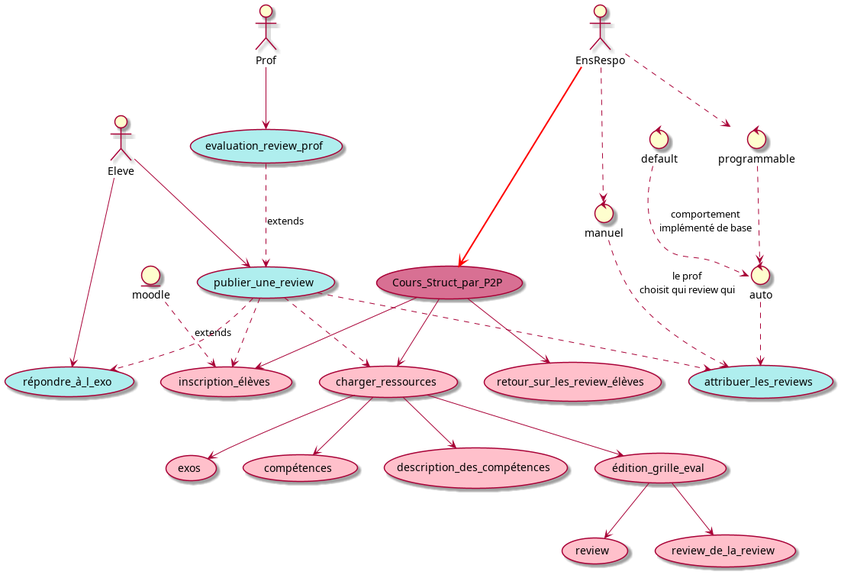
Above: uml/out/diagram_gen/diagram_gen.png in Jayque17/Peer-Evaluation (PlantUML), before the change. Its diagram source:
```plantuml
@startuml

actor EnsRespo
actor Eleve
actor Prof

usecase Cours_Struct_par_P2P #PaleVioletRed
usecase inscription_élèves #Pink
entity moodle
usecase charger_ressources #Pink
usecase retour_sur_les_review_élèves #Pink
usecase exos #Pink
usecase compétences #Pink
usecase description_des_compétences #Pink
usecase édition_grille_eval #Pink
usecase review #Pink
usecase review_de_la_review #Pink

usecase publier_une_review #PaleTurquoise
usecase répondre_à_l_exo #PaleTurquoise
usecase attribuer_les_reviews #PaleTurquoise

usecase evaluation_review_prof #PaleTurquoise

control manuel
control auto
control programmable
control default

EnsRespo --> Cours_Struct_par_P2P #line:red;line.bold;
Cours_Struct_par_P2P --> inscription_élèves
moodle --> inscription_élèves #line.dashed : extends
Cours_Struct_par_P2P --> charger_ressources
charger_ressources --> exos
charger_ressources --> compétences
charger_ressources --> édition_grille_eval
édition_grille_eval --> review
édition_grille_eval --> review_de_la_review
Cours_Struct_par_P2P --> retour_sur_les_review_élèves
charger_ressources --> description_des_compétences

Eleve --> publier_une_review
Eleve --> répondre_à_l_exo
publier_une_review --> attribuer_les_reviews #line.dashed
programmable --> auto #line.dashed
default --> auto #line.dashed : comportement\nimplémenté de base
auto --> attribuer_les_reviews #line.dashed
manuel --> attribuer_les_reviews #line.dashed : le prof\nchoisit qui review qui

Prof --> evaluation_review_prof
evaluation_review_prof --> publier_une_review #line.dashed : extends

publier_une_review --> répondre_à_l_exo #line.dashed
publier_une_review --> inscription_élèves #line.dashed
publier_une_review --> charger_ressources #line.dashed

EnsRespo --> manuel #line.dashed
EnsRespo --> programmable #line.dashed


@enduml
```
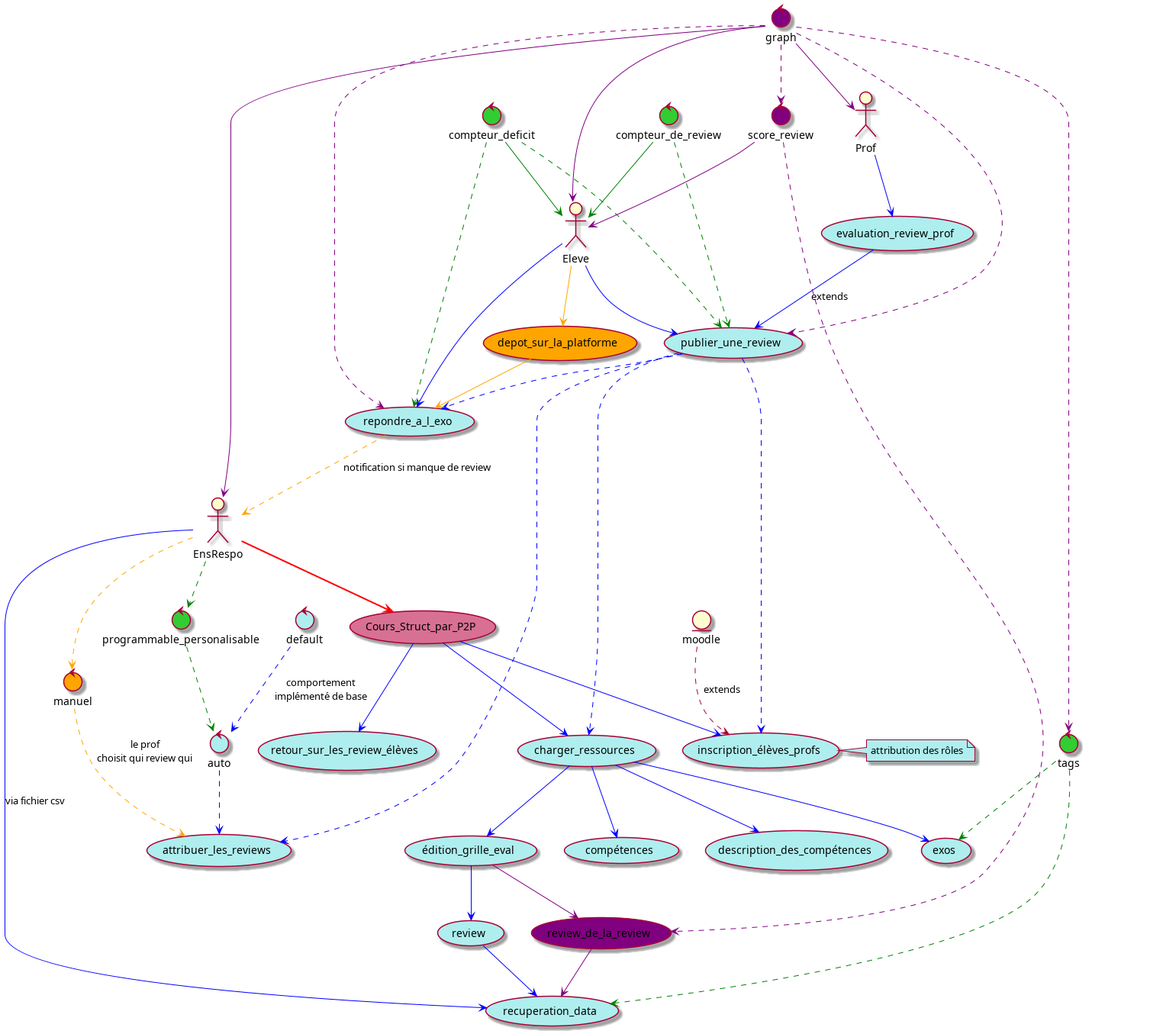
The same diagram one commit later.

Commit message:
change diagram_gen

Change to the diagram source:
```diff
@@ -5,57 +5,90 @@
 actor Prof
 
 usecase Cours_Struct_par_P2P #PaleVioletRed
-usecase inscription_élèves #Pink
+usecase inscription_élèves_profs #PaleTurquoise
 entity moodle
-usecase charger_ressources #Pink
-usecase retour_sur_les_review_élèves #Pink
-usecase exos #Pink
-usecase compétences #Pink
-usecase description_des_compétences #Pink
-usecase édition_grille_eval #Pink
-usecase review #Pink
-usecase review_de_la_review #Pink
+usecase charger_ressources #PaleTurquoise
+usecase retour_sur_les_review_élèves #PaleTurquoise
+usecase exos #PaleTurquoise
+usecase compétences #PaleTurquoise
+usecase description_des_compétences #PaleTurquoise
+usecase édition_grille_eval #PaleTurquoise
+usecase review #PaleTurquoise
+usecase review_de_la_review #Purple
 
 usecase publier_une_review #PaleTurquoise
-usecase répondre_à_l_exo #PaleTurquoise
+usecase repondre_a_l_exo #PaleTurquoise
 usecase attribuer_les_reviews #PaleTurquoise
 
 usecase evaluation_review_prof #PaleTurquoise
+usecase recuperation_data #PaleTurquoise
 
-control manuel
-control auto
-control programmable
-control default
+usecase depot_sur_la_platforme #Orange
+
+control manuel #Orange
+control auto #PaleTurquoise
+control programmable_personalisable #LimeGreen
+control default #PaleTurquoise
+control compteur_de_review #LimeGreen
+control compteur_deficit #LimeGreen
+control tags #LimeGreen
+control score_review #Purple
+control graph #Purple
 
 EnsRespo --> Cours_Struct_par_P2P #line:red;line.bold;
-Cours_Struct_par_P2P --> inscription_élèves
-moodle --> inscription_élèves #line.dashed : extends
-Cours_Struct_par_P2P --> charger_ressources
-charger_ressources --> exos
-charger_ressources --> compétences
-charger_ressources --> édition_grille_eval
-édition_grille_eval --> review
-édition_grille_eval --> review_de_la_review
-Cours_Struct_par_P2P --> retour_sur_les_review_élèves
-charger_ressources --> description_des_compétences
+Cours_Struct_par_P2P --> inscription_élèves_profs #line:blue;
+moodle --> inscription_élèves_profs #line.dashed : extends
+Cours_Struct_par_P2P --> charger_ressources #line:blue;
+charger_ressources --> exos #line:blue;
+charger_ressources --> compétences #line:blue;
+charger_ressources --> édition_grille_eval #line:blue;
+édition_grille_eval --> review #line:blue;
+édition_grille_eval --> review_de_la_review #line:purple;
+Cours_Struct_par_P2P --> retour_sur_les_review_élèves #line:blue;
+charger_ressources --> description_des_compétences #line:blue;
 
-Eleve --> publier_une_review
-Eleve --> répondre_à_l_exo
-publier_une_review --> attribuer_les_reviews #line.dashed
-programmable --> auto #line.dashed
-default --> auto #line.dashed : comportement\nimplémenté de base
-auto --> attribuer_les_reviews #line.dashed
-manuel --> attribuer_les_reviews #line.dashed : le prof\nchoisit qui review qui
+Eleve --> publier_une_review #line:blue;
+Eleve --> repondre_a_l_exo #line:blue;
+publier_une_review --> attribuer_les_reviews #line:blue;line.dashed;
+programmable_personalisable --> auto #line:green;line.dashed;
+default --> auto #line:blue;line.dashed; : comportement\nimplémenté de base
+auto --> attribuer_les_reviews #line:blue;line.dashed;
+manuel --> attribuer_les_reviews #line:orange;line.dashed; : le prof\nchoisit qui review qui
 
-Prof --> evaluation_review_prof
-evaluation_review_prof --> publier_une_review #line.dashed : extends
+Prof --> evaluation_review_prof #line:blue;
+evaluation_review_prof --> publier_une_review #line:blue; : extends
 
-publier_une_review --> répondre_à_l_exo #line.dashed
-publier_une_review --> inscription_élèves #line.dashed
-publier_une_review --> charger_ressources #line.dashed
+publier_une_review --> repondre_a_l_exo #line:blue;line.dashed;
+publier_une_review --> inscription_élèves_profs #line:blue;line.dashed;
+publier_une_review --> charger_ressources #line:blue;line.dashed;
 
-EnsRespo --> manuel #line.dashed
-EnsRespo --> programmable #line.dashed
+EnsRespo --> manuel #line:orange;line.dashed;
+EnsRespo --> programmable_personalisable #line:green;line.dashed;
 
+review --> recuperation_data #line:blue;
+review_de_la_review --> recuperation_data #line:purple;
+EnsRespo --> recuperation_data #line:blue; : via fichier csv
+
+note right of inscription_élèves_profs #PaleTurquoise : attribution des rôles
+
+Eleve --> depot_sur_la_platforme #line:orange;
+depot_sur_la_platforme --> repondre_a_l_exo #line:orange
+repondre_a_l_exo --> EnsRespo #line:orange;line.dashed; : notification si manque de review
+compteur_de_review --> Eleve #line:green;
+compteur_deficit --> Eleve #line:green;
+compteur_de_review --> publier_une_review #line:green;line.dashed;
+compteur_deficit --> publier_une_review #line:green;line.dashed;
+compteur_deficit --> repondre_a_l_exo #line:green;line.dashed;
+tags --> exos #line:green;line.dashed;
+tags --> recuperation_data #line:green;line.dashed;
+score_review --> review_de_la_review #line:purple;line.dashed;
+score_review --> Eleve #line:purple
+graph --> Eleve #line:purple
+graph --> Prof #line:purple
+graph --> EnsRespo #line:purple
+graph --> repondre_a_l_exo #line:purple;line.dashed;
+graph --> publier_une_review #line:purple;line.dashed;
+graph --> score_review #line:purple;line.dashed;
+graph --> tags #line:purple;line.dashed;
 
 @enduml
```
